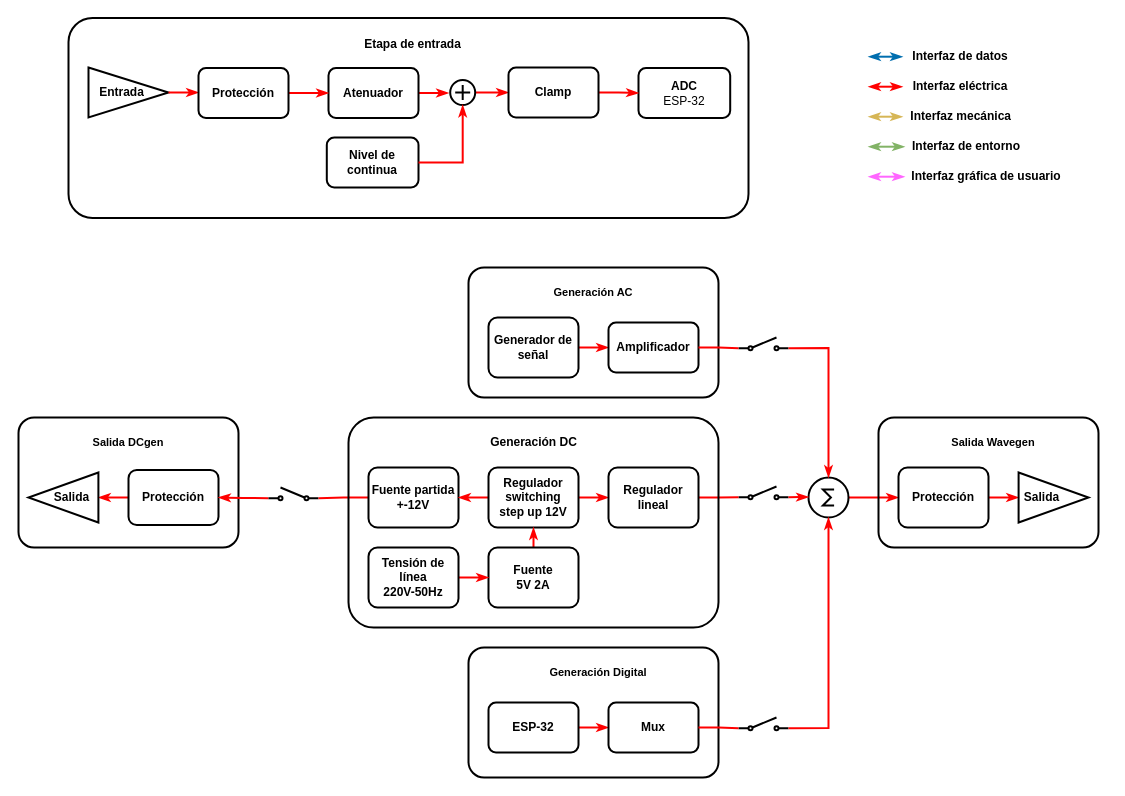
Above: Documentación/bloques_electric.drawio in odevincenti/Biosc (draw.io), before the change. Source tidied: cells renumbered, new cells numbered last; positions are measured from the earlier drawing's top-left corner, leaving out a move shared by most shapes. Both pictures are drawn from the tidied source at 100%, with x=0, y=0 at pixel (18, 17).
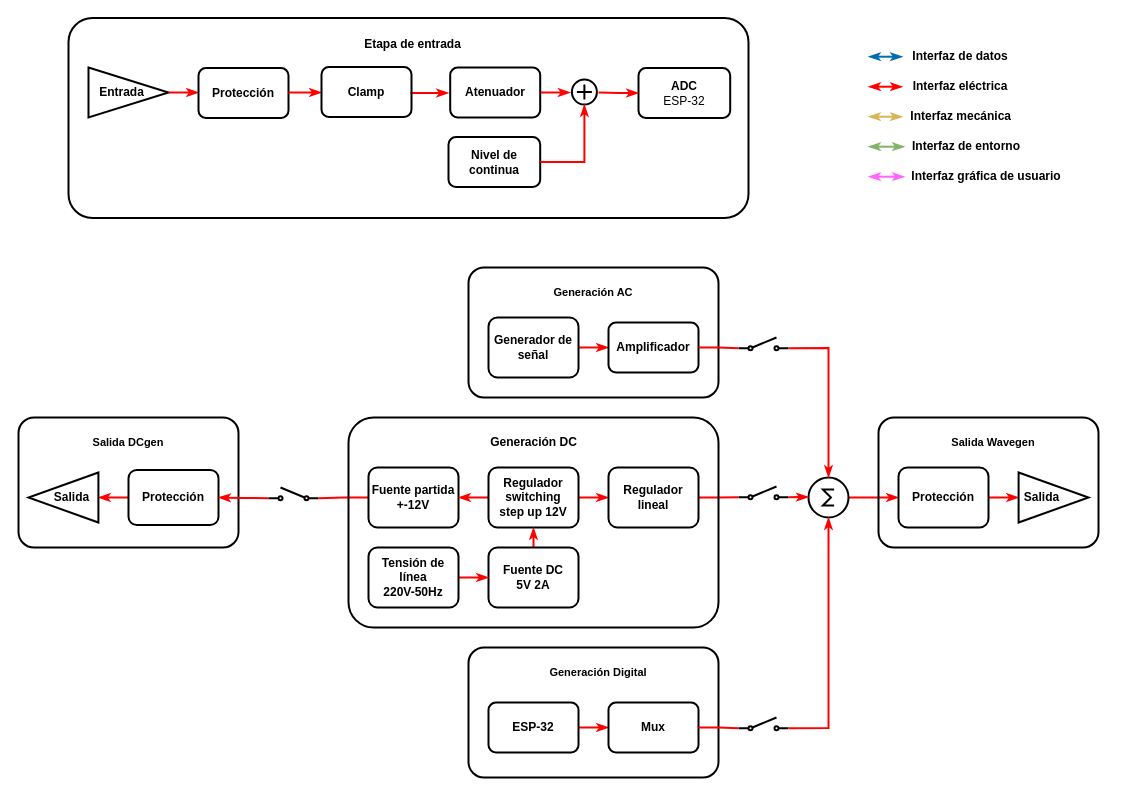
Above is the later version.

Unchanged cells that the change refers to:
```xml
<mxCell id="55" style="group;" parent="1" vertex="1">
  <mxGeometry x="50" y="0.5" width="680" height="200" as="geometry" />
</mxCell>
<mxCell id="62" value="ADC&lt;div&gt;&lt;span style=&quot;font-weight: normal;&quot;&gt;ESP-32&lt;/span&gt;&lt;/div&gt;" style="rounded=1;whiteSpace=wrap;html=1;strokeWidth=2;fillColor=none;fontStyle=1;" parent="55" vertex="1">
  <mxGeometry x="570" y="50" width="91.7" height="50" as="geometry" />
</mxCell>
<mxCell id="70" value="Protección" style="rounded=1;whiteSpace=wrap;html=1;strokeWidth=2;fillColor=none;fontStyle=1;" parent="55" vertex="1">
  <mxGeometry x="130" y="50" width="90" height="50" as="geometry" />
</mxCell>
```

Change to the diagram source:
```diff
@@
-    <mxCell id="63" value="Nivel de continua" style="rounded=1;whiteSpace=wrap;html=1;strokeWidth=2;fillColor=none;fontStyle=1;" parent="55" vertex="1">
-      <mxGeometry x="258.3" y="119.5" width="91.7" height="50" as="geometry" />
-    </mxCell>
-    <mxCell id="64" style="edgeStyle=orthogonalEdgeStyle;rounded=0;jettySize=auto;html=1;exitX=1;exitY=0.5;exitDx=0;exitDy=0;exitPerimeter=0;entryX=0;entryY=0.5;entryDx=0;entryDy=0;strokeColor=#FF0000;endArrow=classicThin;endFill=1;strokeWidth=2;" parent="55" edge="1" source="65" target="72">
-      <mxGeometry relative="1" as="geometry" />
-    </mxCell>
-    <mxCell id="65" style="verticalLabelPosition=bottom;shadow=0;dashed=0;align=center;html=1;verticalAlign=top;shape=mxgraph.electrical.abstract.summation_point;fontFamily=Helvetica;fontSize=11;fontColor=default;labelBackgroundColor=default;strokeWidth=2;" parent="55" vertex="1">
-      <mxGeometry x="381.7" y="62" width="25" height="25" as="geometry" />
-    </mxCell>
-    <mxCell id="66" style="edgeStyle=orthogonalEdgeStyle;rounded=0;jettySize=auto;html=1;exitX=1;exitY=0.5;exitDx=0;exitDy=0;entryX=0.5;entryY=1;entryDx=0;entryDy=0;entryPerimeter=0;strokeColor=#ff0000;strokeWidth=2;align=center;verticalAlign=middle;fontFamily=Helvetica;fontSize=11;fontColor=default;labelBackgroundColor=default;endArrow=classicThin;endFill=1;" parent="55" edge="1" source="63" target="65">
-      <mxGeometry relative="1" as="geometry" />
-    </mxCell>
-    <mxCell id="67" style="edgeStyle=orthogonalEdgeStyle;rounded=0;jettySize=auto;html=1;exitX=1;exitY=0.5;exitDx=0;exitDy=0;strokeColor=#ff0000;strokeWidth=2;align=center;verticalAlign=middle;fontFamily=Helvetica;fontSize=11;fontColor=default;labelBackgroundColor=default;endArrow=classicThin;endFill=1;" parent="55" edge="1" source="68">
-      <mxGeometry relative="1" as="geometry">
-        <mxPoint x="380" y="75.5" as="targetPoint" />
-      </mxGeometry>
-    </mxCell>
-    <mxCell id="68" value="Atenuador" style="rounded=1;whiteSpace=wrap;html=1;strokeWidth=2;fillColor=none;fontStyle=1;" parent="55" vertex="1">
-      <mxGeometry x="260" y="50" width="90" height="50" as="geometry" />
-    </mxCell>
-    <mxCell id="69" style="edgeStyle=orthogonalEdgeStyle;rounded=0;jettySize=auto;html=1;exitX=1;exitY=0.5;exitDx=0;exitDy=0;entryX=0;entryY=0.5;entryDx=0;entryDy=0;strokeColor=#ff0000;strokeWidth=2;align=center;verticalAlign=middle;fontFamily=Helvetica;fontSize=11;fontColor=default;labelBackgroundColor=default;endArrow=classicThin;endFill=1;" parent="55" edge="1" source="70" target="68">
-      <mxGeometry relative="1" as="geometry" />
-    </mxCell>
@@
-    <mxCell id="71" style="edgeStyle=orthogonalEdgeStyle;rounded=0;jettySize=auto;html=1;exitX=1;exitY=0.5;exitDx=0;exitDy=0;entryX=0;entryY=0.5;entryDx=0;entryDy=0;endArrow=classicThin;endFill=1;strokeColor=#ff0000;strokeWidth=2;" parent="55" edge="1" source="72" target="62">
-      <mxGeometry relative="1" as="geometry" />
+    <mxCell id="71" style="edgeStyle=orthogonalEdgeStyle;rounded=0;jettySize=auto;html=1;exitX=1;exitY=0.5;exitDx=0;exitDy=0;entryX=0;entryY=0.5;entryDx=0;entryDy=0;endArrow=classicThin;endFill=1;strokeColor=#ff0000;strokeWidth=2;" parent="55" edge="1" target="62">
+      <mxGeometry relative="1" as="geometry">
+        <mxPoint x="530" y="74.5" as="sourcePoint" />
+      </mxGeometry>
     </mxCell>
+    <mxCell id="63" value="Nivel de continua" style="rounded=1;whiteSpace=wrap;html=1;strokeWidth=2;fillColor=none;fontStyle=1;" parent="55" vertex="1">
+      <mxGeometry x="380" y="119" width="91.7" height="50" as="geometry" />
+    </mxCell>
+    <mxCell id="84" style="verticalLabelPosition=bottom;shadow=0;dashed=0;align=center;html=1;verticalAlign=top;shape=mxgraph.electrical.abstract.summation_point;fontFamily=Helvetica;fontSize=11;fontColor=default;labelBackgroundColor=default;strokeWidth=2;" parent="55" vertex="1">
+      <mxGeometry x="503.4" y="61.5" width="25" height="25" as="geometry" />
+    </mxCell>
+    <mxCell id="85" style="edgeStyle=orthogonalEdgeStyle;rounded=0;jettySize=auto;html=1;exitX=1;exitY=0.5;exitDx=0;exitDy=0;entryX=0.5;entryY=1;entryDx=0;entryDy=0;entryPerimeter=0;strokeColor=#ff0000;strokeWidth=2;align=center;verticalAlign=middle;fontFamily=Helvetica;fontSize=11;fontColor=default;labelBackgroundColor=default;endArrow=classicThin;endFill=1;" parent="55" edge="1" source="63" target="84">
+      <mxGeometry relative="1" as="geometry" />
+    </mxCell>
+    <mxCell id="86" style="edgeStyle=orthogonalEdgeStyle;rounded=0;jettySize=auto;html=1;exitX=1;exitY=0.5;exitDx=0;exitDy=0;strokeColor=#ff0000;strokeWidth=2;align=center;verticalAlign=middle;fontFamily=Helvetica;fontSize=11;fontColor=default;labelBackgroundColor=default;endArrow=classicThin;endFill=1;" parent="55" edge="1" source="68">
+      <mxGeometry relative="1" as="geometry">
+        <mxPoint x="501.7" y="75" as="targetPoint" />
+      </mxGeometry>
+    </mxCell>
+    <mxCell id="68" value="Atenuador" style="rounded=1;whiteSpace=wrap;html=1;strokeWidth=2;fillColor=none;fontStyle=1;" parent="55" vertex="1">
+      <mxGeometry x="381.7" y="49.5" width="90" height="50" as="geometry" />
+    </mxCell>
+    <mxCell id="87" style="edgeStyle=orthogonalEdgeStyle;rounded=0;jettySize=auto;html=1;exitX=1;exitY=0.5;exitDx=0;exitDy=0;entryX=0;entryY=0.5;entryDx=0;entryDy=0;strokeColor=#ff0000;strokeWidth=2;align=center;verticalAlign=middle;fontFamily=Helvetica;fontSize=11;fontColor=default;labelBackgroundColor=default;endArrow=classicThin;endFill=1;" parent="55" edge="1" source="72">
+      <mxGeometry relative="1" as="geometry">
+        <mxPoint x="380" y="75" as="targetPoint" />
+        <Array as="points">
+          <mxPoint x="343" y="75" />
+        </Array>
+      </mxGeometry>
+    </mxCell>
+    <mxCell id="88" style="edgeStyle=orthogonalEdgeStyle;rounded=0;jettySize=auto;html=1;exitX=1;exitY=0.5;exitDx=0;exitDy=0;exitPerimeter=0;entryX=0;entryY=0.5;entryDx=0;entryDy=0;strokeColor=#FF0000;endArrow=classicThin;endFill=1;strokeWidth=2;" parent="55" edge="1" target="72">
+      <mxGeometry relative="1" as="geometry">
+        <mxPoint x="220" y="74.5" as="sourcePoint" />
+      </mxGeometry>
+    </mxCell>
     <mxCell id="72" value="Clamp" style="rounded=1;whiteSpace=wrap;html=1;strokeWidth=2;fillColor=none;fontStyle=1;" parent="55" vertex="1">
-      <mxGeometry x="440" y="49.5" width="90" height="50" as="geometry" />
+      <mxGeometry x="253" y="49" width="90" height="50" as="geometry" />
     </mxCell>
@@
-    <mxCell id="81" value="Fuente&lt;div&gt;5V 2A&lt;/div&gt;" style="rounded=1;whiteSpace=wrap;html=1;strokeWidth=2;fillColor=none;fontStyle=1;" parent="1" vertex="1">
+    <mxCell id="81" value="Fuente DC&lt;div&gt;5V 2A&lt;/div&gt;" style="rounded=1;whiteSpace=wrap;html=1;strokeWidth=2;fillColor=none;fontStyle=1;" parent="1" vertex="1">
       <mxGeometry x="470" y="530" width="90" height="60" as="geometry" />
     </mxCell>
```
